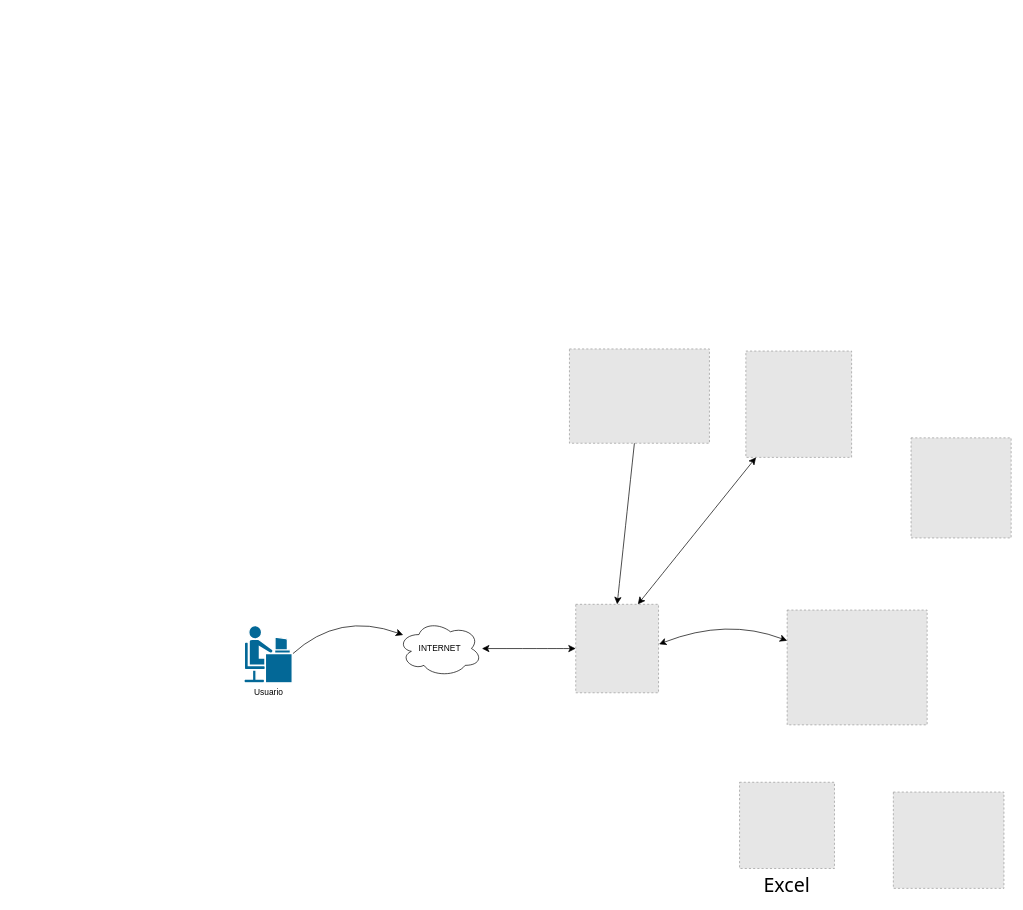
This is AppPortalCliente.drawio from cyanez-mk/mk-monitorizacion, a draw.io file, before an edit. Source tidied: cells renumbered, new cells numbered last; positions are measured from the earlier drawing's top-left corner, leaving out a move shared by most shapes. Both pictures are drawn from the tidied source at 70%, with x=0, y=0 at pixel (244, 349). Pictures stored in the file or linked from it are replaced by grey dashed boxes.
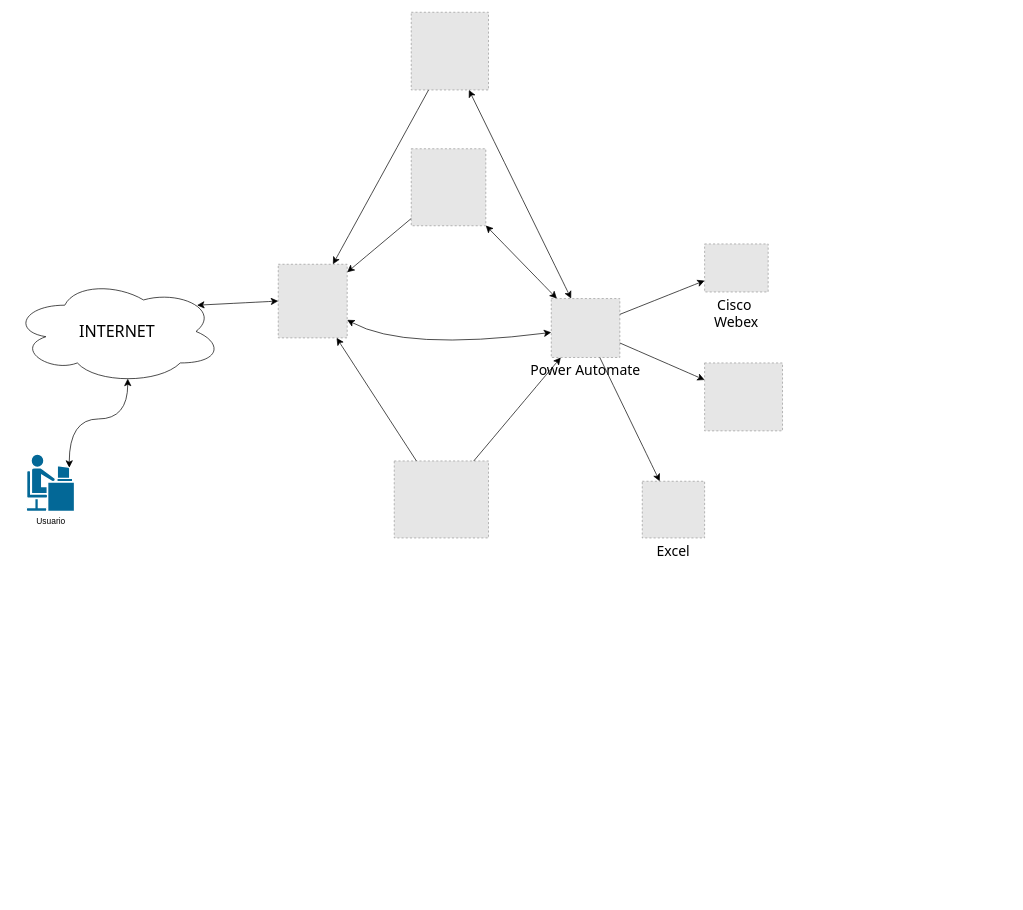
The same diagram, later.

The edit, as a diff of the source:
```diff
@@
     <mxCell id="2" style="fillColor=#E6E6E6;strokeColor=#999999;dashed=1;verticalLabelPosition=bottom;labelBackgroundColor=default;verticalAlign=top;" parent="1" vertex="1">
-      <mxGeometry x="474" y="364.8" width="118.3" height="126.4" as="geometry" />
+      <mxGeometry x="49" y="-121" width="98.5" height="105.2" as="geometry" />
     </mxCell>
-    <mxCell id="3" style="edgeStyle=none;curved=1;rounded=0;jettySize=auto;html=1;exitX=1;exitY=0.5;exitDx=0;exitDy=0;exitPerimeter=0;fontSize=12;startSize=8;endSize=8;" parent="1" edge="1" source="4" target="5">
-      <mxGeometry relative="1" as="geometry">
-        <Array as="points">
-          <mxPoint x="136" y="375" />
-        </Array>
-      </mxGeometry>
+    <mxCell id="3" style="edgeStyle=orthogonalEdgeStyle;curved=1;rounded=0;jettySize=auto;html=1;exitX=0.89;exitY=0.24;exitDx=0;exitDy=0;exitPerimeter=0;fontSize=12;startSize=8;endSize=8;startArrow=classic;startFill=1;entryX=0.55;entryY=0.95;entryDx=0;entryDy=0;entryPerimeter=0;" parent="1" edge="1" source="4" target="5">
+      <mxGeometry relative="1" as="geometry" />
     </mxCell>
     <mxCell id="4" value="Usuario" style="shape=mxgraph.cisco.people.androgenous_person;sketch=0;html=1;dashed=0;fillColor=#036897;strokeColor=#ffffff;strokeWidth=2;verticalLabelPosition=bottom;verticalAlign=top;align=center;outlineConnect=0;" parent="1" vertex="1">
-      <mxGeometry y="395" width="69" height="82" as="geometry" />
+      <mxGeometry x="-311" y="150" width="69" height="82" as="geometry" />
     </mxCell>
-    <mxCell id="5" value="INTERNET" style="ellipse;shape=cloud;whiteSpace=wrap;html=1;" parent="1" vertex="1">
-      <mxGeometry x="220" y="388" width="120" height="80" as="geometry" />
+    <mxCell id="5" value="&lt;font style=&quot;font-size: 23px;&quot;&gt;INTERNET&lt;/font&gt;" style="ellipse;shape=cloud;whiteSpace=wrap;html=1;fontFamily=Tahoma;" parent="1" vertex="1">
+      <mxGeometry x="-331" y="-100" width="300" height="150" as="geometry" />
     </mxCell>
     <mxCell id="6" style="fillColor=#E6E6E6;strokeColor=#999999;dashed=1;verticalLabelPosition=bottom;labelBackgroundColor=default;verticalAlign=top;" parent="1" vertex="1">
-      <mxGeometry x="953" y="127" width="143" height="143" as="geometry" />
+      <mxGeometry x="239" y="-286" width="106.5" height="110" as="geometry" />
     </mxCell>
     <mxCell id="7" style="fillColor=#E6E6E6;strokeColor=#999999;dashed=1;verticalLabelPosition=bottom;labelBackgroundColor=default;verticalAlign=top;" parent="1" vertex="1">
-      <mxGeometry x="717" y="3" width="151.1" height="151.9" as="geometry" />
+      <mxGeometry x="239" y="-481" width="110.4" height="111" as="geometry" />
     </mxCell>
-    <mxCell id="8" style="edgeStyle=none;curved=1;rounded=0;jettySize=auto;html=1;exitX=0;exitY=0.5;exitDx=0;exitDy=0;fontSize=12;startSize=8;endSize=8;startArrow=classic;startFill=1;" parent="1" edge="1" source="2" target="5">
-      <mxGeometry relative="1" as="geometry">
-        <Array as="points">
-          <mxPoint x="461" y="428" />
-        </Array>
-      </mxGeometry>
+    <mxCell id="8" style="edgeStyle=none;curved=1;rounded=0;jettySize=auto;html=1;exitX=0;exitY=0.5;exitDx=0;exitDy=0;fontSize=12;startSize=8;endSize=8;startArrow=classic;startFill=1;entryX=0.88;entryY=0.25;entryDx=0;entryDy=0;entryPerimeter=0;" parent="1" edge="1" source="2" target="5">
+      <mxGeometry relative="1" as="geometry" />
     </mxCell>
-    <mxCell id="9" style="fillColor=#E6E6E6;strokeColor=#999999;dashed=1;verticalLabelPosition=bottom;labelBackgroundColor=default;verticalAlign=top;" parent="1" vertex="1">
-      <mxGeometry x="776" y="373" width="200" height="164" as="geometry" />
+    <mxCell id="9" value="Power Automate" style="fillColor=#E6E6E6;strokeColor=#999999;dashed=1;verticalLabelPosition=bottom;labelBackgroundColor=default;verticalAlign=top;fontSize=20;fontFamily=Tahoma;" parent="1" vertex="1">
+      <mxGeometry x="439" y="-72" width="98" height="84.2" as="geometry" />
     </mxCell>
     <mxCell id="10" style="fillColor=#E6E6E6;strokeColor=#999999;dashed=1;verticalLabelPosition=bottom;labelBackgroundColor=default;verticalAlign=top;" parent="1" vertex="1">
-      <mxGeometry x="465" width="200" height="134.7" as="geometry" />
+      <mxGeometry x="214.7" y="160" width="134.7" height="110" as="geometry" />
     </mxCell>
     <mxCell id="11" style="fillColor=#E6E6E6;strokeColor=#999999;dashed=1;verticalLabelPosition=bottom;labelBackgroundColor=default;verticalAlign=top;" parent="1" vertex="1">
-      <mxGeometry x="927.7" y="633" width="158" height="137.6" as="geometry" />
+      <mxGeometry x="658.1" y="20" width="111.3" height="97" as="geometry" />
     </mxCell>
-    <mxCell id="12" value="Excel" style="fillColor=#E6E6E6;strokeColor=#999999;dashed=1;verticalLabelPosition=bottom;labelBackgroundColor=default;verticalAlign=top;fontFamily=Tahoma;fontSize=28;" parent="1" vertex="1">
-      <mxGeometry x="708" y="619" width="135.6" height="123.2" as="geometry" />
+    <mxCell id="12" value="Excel" style="fillColor=#E6E6E6;strokeColor=#999999;dashed=1;verticalLabelPosition=bottom;labelBackgroundColor=default;verticalAlign=top;fontFamily=Tahoma;fontSize=20;" parent="1" vertex="1">
+      <mxGeometry x="569" y="189" width="89.1" height="81" as="geometry" />
     </mxCell>
-    <mxCell id="13" style="curved=1;endArrow=classic;html=1;rounded=0;fontSize=12;startSize=8;endSize=8;exitX=1.006;exitY=0.451;exitDx=0;exitDy=0;exitPerimeter=0;startArrow=classic;startFill=1;" parent="1" edge="1" source="2" target="9">
+    <mxCell id="13" style="curved=1;endArrow=classic;html=1;rounded=0;fontSize=12;startSize=8;endSize=8;startArrow=classic;startFill=1;" parent="1" edge="1" source="2" target="9">
       <mxGeometry relative="1" as="geometry">
         <Array as="points">
-          <mxPoint x="690" y="384" />
+          <mxPoint x="229" y="3" />
         </Array>
       </mxGeometry>
     </mxCell>
-    <mxCell id="14" style="curved=1;endArrow=none;html=1;rounded=0;fontSize=12;startSize=8;endSize=8;exitX=0.5;exitY=0;exitDx=0;exitDy=0;startArrow=classic;startFill=1;endFill=0;" parent="1" edge="1" source="2" target="10">
+    <mxCell id="14" style="curved=1;endArrow=none;html=1;rounded=0;fontSize=12;startSize=8;endSize=8;startArrow=classic;startFill=1;endFill=0;" parent="1" edge="1" source="2" target="10">
       <mxGeometry relative="1" as="geometry" />
     </mxCell>
-    <mxCell id="15" style="curved=1;endArrow=classic;html=1;rounded=0;fontSize=12;startSize=8;endSize=8;exitX=0.75;exitY=0;exitDx=0;exitDy=0;startArrow=classic;startFill=1;" parent="1" edge="1" source="2" target="7">
+    <mxCell id="15" style="curved=1;endArrow=none;html=1;rounded=0;fontSize=12;startSize=8;endSize=8;startArrow=classic;startFill=1;endFill=0;" parent="1" edge="1" source="2" target="7">
       <mxGeometry relative="1" as="geometry" />
     </mxCell>
+    <mxCell id="16" style="curved=1;endArrow=none;html=1;rounded=0;fontSize=12;startSize=8;endSize=8;startArrow=classic;startFill=1;endFill=0;" parent="1" edge="1" source="2" target="6">
+      <mxGeometry relative="1" as="geometry" />
+    </mxCell>
+    <mxCell id="17" style="curved=1;endArrow=classic;html=1;rounded=0;fontSize=12;startSize=8;endSize=8;startArrow=classic;startFill=1;" parent="1" edge="1" source="9" target="6">
+      <mxGeometry relative="1" as="geometry" />
+    </mxCell>
+    <mxCell id="18" style="curved=1;endArrow=classic;html=1;rounded=0;fontSize=12;startSize=8;endSize=8;startArrow=classic;startFill=1;" parent="1" edge="1" source="9" target="7">
+      <mxGeometry relative="1" as="geometry" />
+    </mxCell>
+    <mxCell id="19" style="curved=1;endArrow=none;html=1;rounded=0;fontSize=12;startSize=8;endSize=8;startArrow=classic;startFill=1;endFill=0;" parent="1" edge="1" source="9" target="10">
+      <mxGeometry relative="1" as="geometry" />
+    </mxCell>
+    <mxCell id="20" value="Cisco &#10;Webex" style="fillColor=#E6E6E6;strokeColor=#999999;dashed=1;verticalLabelPosition=bottom;labelBackgroundColor=default;verticalAlign=top;fontSize=20;fontFamily=Tahoma;" parent="1" vertex="1">
+      <mxGeometry x="658.1" y="-150" width="90.8" height="68.6" as="geometry" />
+    </mxCell>
+    <mxCell id="21" style="curved=1;endArrow=none;html=1;rounded=0;fontSize=12;startSize=8;endSize=8;startArrow=classic;startFill=1;endFill=0;" parent="1" edge="1" source="12" target="9">
+      <mxGeometry relative="1" as="geometry" />
+    </mxCell>
+    <mxCell id="22" style="curved=1;endArrow=none;html=1;rounded=0;fontSize=12;startSize=8;endSize=8;startArrow=classic;startFill=1;endFill=0;" parent="1" edge="1" source="11" target="9">
+      <mxGeometry relative="1" as="geometry" />
+    </mxCell>
+    <mxCell id="23" style="curved=1;endArrow=none;html=1;rounded=0;fontSize=12;startSize=8;endSize=8;startArrow=classic;startFill=1;endFill=0;" parent="1" edge="1" source="20" target="9">
+      <mxGeometry relative="1" as="geometry" />
+    </mxCell>
```
